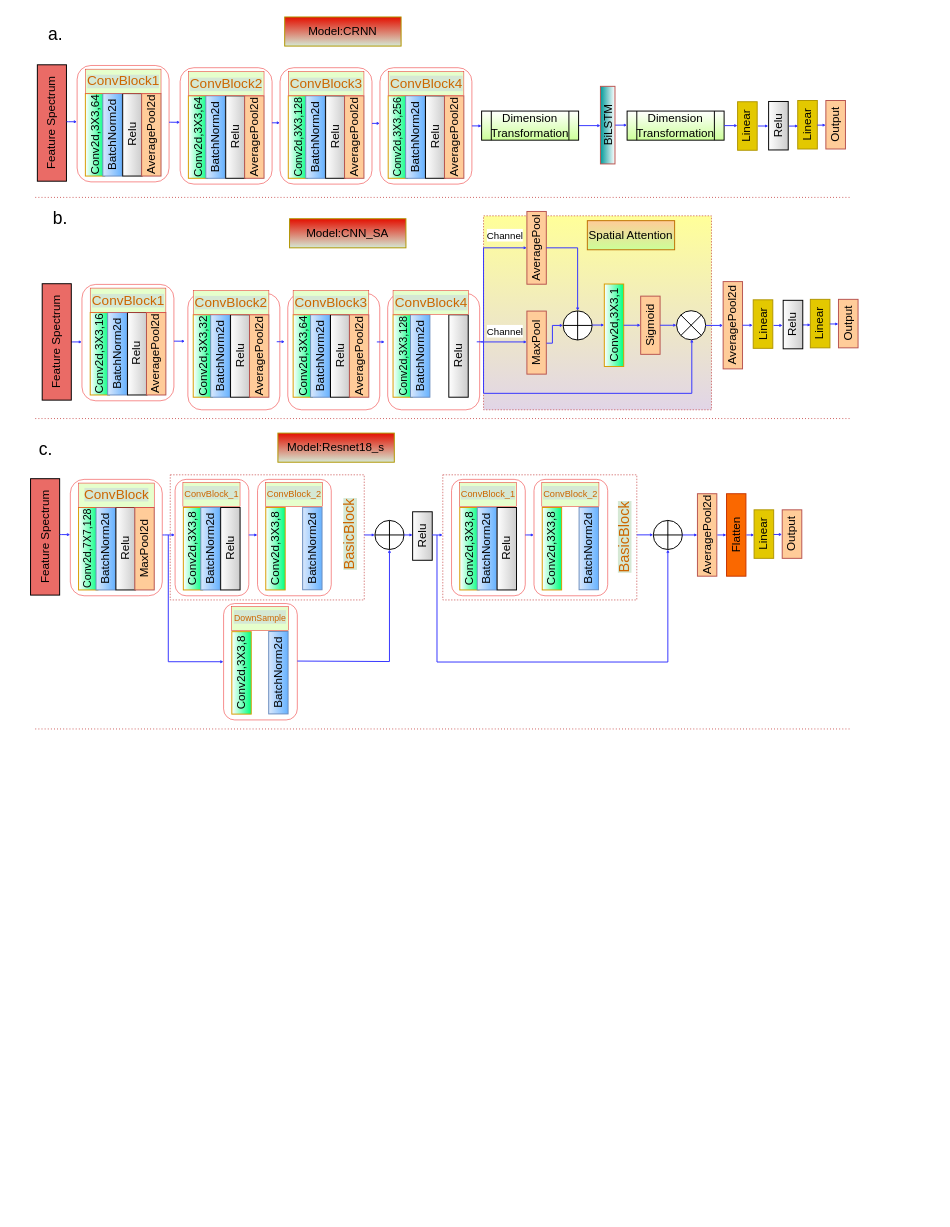
Before: 模型框图.drawio in lhwjsj/Diagram, a draw.io diagram. Source tidied: cells renumbered, new cells numbered last; positions are measured from the earlier drawing's top-left corner, leaving out a move shared by most shapes. Both pictures are drawn from the tidied source at 97%, with x=0, y=0 at pixel (-14, 16).
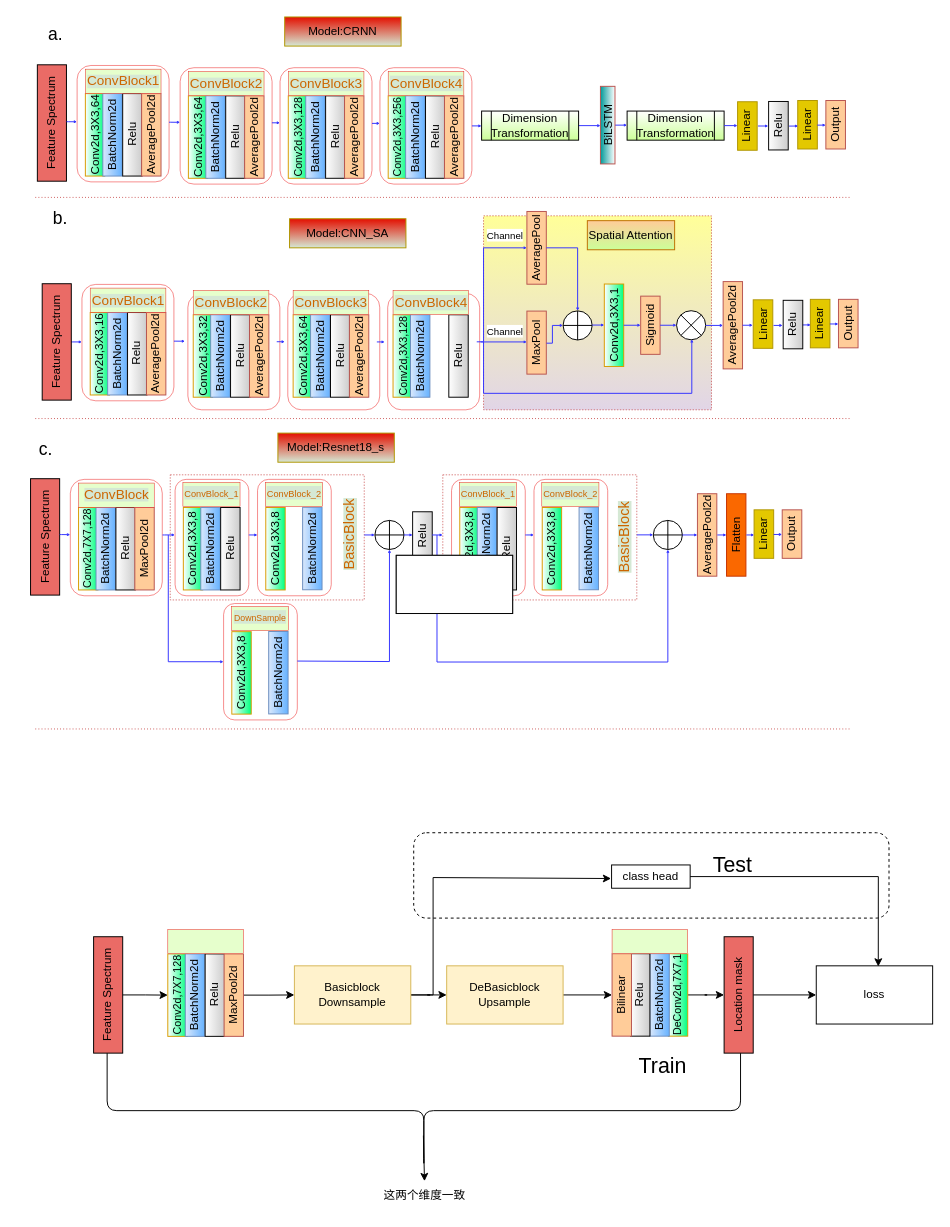
After the change.

Commit message:
更新模型框图.drawio

The edit, as a diff of the source:
```diff
@@
+    <mxCell id="187" style="rounded=1;whiteSpace=wrap;html=1;dashed=1;" parent="1" vertex="1">
+      <mxGeometry x="440" y="841" width="490" height="88" as="geometry" />
+    </mxCell>
@@
+    <mxCell id="188" value="&lt;font style=&quot;font-size: 11px;&quot;&gt;Conv2d,7X7,128&lt;/font&gt;" style="rounded=0;whiteSpace=wrap;html=1;fillColor=default;strokeColor=#d79b00;gradientColor=#00FF80;rotation=-90;" parent="1" vertex="1">
+      <mxGeometry x="154" y="998.4" width="85" height="20" as="geometry" />
+    </mxCell>
+    <mxCell id="189" value="BatchNorm2d" style="rounded=0;whiteSpace=wrap;html=1;fillColor=#dae8fc;strokeColor=#6c8ebf;gradientColor=#66B2FF;rotation=-90;" parent="1" vertex="1">
+      <mxGeometry x="172" y="998.4" width="85" height="20" as="geometry" />
+    </mxCell>
+    <mxCell id="190" value="Relu" style="rounded=0;whiteSpace=wrap;html=1;gradientColor=#CCCCCC;rotation=-90;" parent="1" vertex="1">
+      <mxGeometry x="192.5" y="998.4" width="85" height="20" as="geometry" />
+    </mxCell>
+    <mxCell id="191" style="edgeStyle=orthogonalEdgeStyle;rounded=0;jettySize=auto;html=1;entryX=0;entryY=0.5;entryDx=0;entryDy=0;" parent="1" edge="1" source="192" target="199">
+      <mxGeometry relative="1" as="geometry" />
+    </mxCell>
+    <mxCell id="192" value="MaxPool2d" style="rounded=0;whiteSpace=wrap;html=1;fillColor=#FFCC99;strokeColor=#b85450;rotation=-90;" parent="1" vertex="1">
+      <mxGeometry x="212" y="998.4" width="85" height="20" as="geometry" />
+    </mxCell>
+    <mxCell id="193" style="rounded=0;whiteSpace=wrap;html=1;fillColor=#E6FFCC;strokeColor=#eb1e1e;strokeWidth=0.5;rotation=-90;" parent="1" vertex="1">
+      <mxGeometry x="213" y="914.2" width="25" height="78" as="geometry" />
+    </mxCell>
+    <mxCell id="194" value="Feature Spectrum" style="rounded=0;whiteSpace=wrap;html=1;fillColor=#EA6B66;rotation=-90;" parent="1" vertex="1">
+      <mxGeometry x="65" y="993.2" width="120" height="30" as="geometry" />
+    </mxCell>
+    <mxCell id="195" style="rounded=0;whiteSpace=wrap;html=1;" parent="1" vertex="1">
+      <mxGeometry x="422" y="555" width="120" height="60" as="geometry" />
+    </mxCell>
+    <mxCell id="196" style="rounded=0;whiteSpace=wrap;html=1;" parent="1" vertex="1">
+      <mxGeometry x="422" y="555" width="120" height="60" as="geometry" />
+    </mxCell>
+    <mxCell id="197" style="edgeStyle=orthogonalEdgeStyle;rounded=0;jettySize=auto;html=1;entryX=0;entryY=0.5;entryDx=0;entryDy=0;" parent="1" edge="1" source="199" target="201">
+      <mxGeometry relative="1" as="geometry" />
+    </mxCell>
+    <mxCell id="198" style="edgeStyle=orthogonalEdgeStyle;rounded=0;jettySize=auto;html=1;entryX=0.5;entryY=0;entryDx=0;entryDy=0;" parent="1" edge="1" source="199">
+      <mxGeometry relative="1" as="geometry">
+        <mxPoint x="643.5" y="888.2" as="targetPoint" />
+        <Array as="points">
+          <mxPoint x="460" y="1008.2" />
+          <mxPoint x="460" y="887.2" />
+        </Array>
+      </mxGeometry>
+    </mxCell>
+    <mxCell id="199" value="Basicblock&lt;div&gt;Downsample&lt;/div&gt;" style="rounded=0;whiteSpace=wrap;html=1;fillColor=#fff2cc;strokeColor=#d6b656;" parent="1" vertex="1">
+      <mxGeometry x="317" y="978.2" width="120" height="60" as="geometry" />
+    </mxCell>
+    <mxCell id="200" style="edgeStyle=orthogonalEdgeStyle;rounded=0;jettySize=auto;html=1;entryX=0.5;entryY=0;entryDx=0;entryDy=0;" parent="1" edge="1" source="201" target="206">
+      <mxGeometry relative="1" as="geometry" />
+    </mxCell>
+    <mxCell id="201" value="DeBasicblock&lt;div&gt;Upsample&lt;/div&gt;" style="rounded=0;whiteSpace=wrap;html=1;fillColor=#fff2cc;strokeColor=#d6b656;" parent="1" vertex="1">
+      <mxGeometry x="474" y="978.2" width="120" height="60" as="geometry" />
+    </mxCell>
+    <mxCell id="202" style="edgeStyle=orthogonalEdgeStyle;rounded=0;jettySize=auto;html=1;" parent="1" edge="1" source="203" target="211">
+      <mxGeometry relative="1" as="geometry" />
+    </mxCell>
+    <mxCell id="203" value="&lt;font style=&quot;font-size: 11px;&quot;&gt;DeConv2d,7X7,1&lt;/font&gt;" style="rounded=0;whiteSpace=wrap;html=1;fillColor=default;strokeColor=#d79b00;gradientColor=#00FF80;rotation=-90;" parent="1" vertex="1">
+      <mxGeometry x="670" y="998.2" width="85" height="20" as="geometry" />
+    </mxCell>
+    <mxCell id="204" value="BatchNorm2d" style="rounded=0;whiteSpace=wrap;html=1;fillColor=#dae8fc;strokeColor=#6c8ebf;gradientColor=#66B2FF;rotation=-90;" parent="1" vertex="1">
+      <mxGeometry x="651" y="998.2" width="85" height="20" as="geometry" />
+    </mxCell>
+    <mxCell id="205" value="Relu" style="rounded=0;whiteSpace=wrap;html=1;gradientColor=#CCCCCC;rotation=-90;" parent="1" vertex="1">
+      <mxGeometry x="631" y="998.2" width="85" height="20" as="geometry" />
+    </mxCell>
+    <mxCell id="206" value="Bilinear" style="rounded=0;whiteSpace=wrap;html=1;fillColor=#FFCC99;strokeColor=#b85450;rotation=-90;" parent="1" vertex="1">
+      <mxGeometry x="612" y="998.2" width="85" height="20" as="geometry" />
+    </mxCell>
+    <mxCell id="207" style="rounded=0;whiteSpace=wrap;html=1;fillColor=#E6FFCC;strokeColor=#eb1e1e;strokeWidth=0.5;rotation=-90;" parent="1" vertex="1">
+      <mxGeometry x="671" y="914.2" width="25" height="78" as="geometry" />
+    </mxCell>
+    <mxCell id="208" style="edgeStyle=orthogonalEdgeStyle;rounded=0;jettySize=auto;html=1;entryX=0.5;entryY=0;entryDx=0;entryDy=0;" parent="1" edge="1" source="194" target="188">
+      <mxGeometry relative="1" as="geometry" />
+    </mxCell>
+    <mxCell id="209" value="class head" style="rounded=0;whiteSpace=wrap;html=1;" parent="1" vertex="1">
+      <mxGeometry x="644" y="874.2" width="81" height="24" as="geometry" />
+    </mxCell>
+    <mxCell id="210" style="edgeStyle=orthogonalEdgeStyle;rounded=0;jettySize=auto;html=1;" parent="1" edge="1" source="211" target="212">
+      <mxGeometry relative="1" as="geometry" />
+    </mxCell>
+    <mxCell id="211" value="Location mask" style="rounded=0;whiteSpace=wrap;html=1;fillColor=#EA6B66;rotation=-90;" parent="1" vertex="1">
+      <mxGeometry x="715" y="993.2" width="120" height="30" as="geometry" />
+    </mxCell>
+    <mxCell id="212" value="loss" style="rounded=0;whiteSpace=wrap;html=1;" parent="1" vertex="1">
+      <mxGeometry x="855" y="978.2" width="120" height="60" as="geometry" />
+    </mxCell>
+    <mxCell id="213" style="edgeStyle=orthogonalEdgeStyle;rounded=0;jettySize=auto;html=1;entryX=0.533;entryY=0.012;entryDx=0;entryDy=0;entryPerimeter=0;" parent="1" edge="1" source="209" target="212">
+      <mxGeometry relative="1" as="geometry" />
+    </mxCell>
+    <mxCell id="214" value="&lt;font style=&quot;font-size: 22px;&quot;&gt;Train&lt;/font&gt;" style="text;html=1;align=center;verticalAlign=middle;whiteSpace=wrap;rounded=0;" parent="1" vertex="1">
+      <mxGeometry x="667" y="1067.2" width="60" height="30" as="geometry" />
+    </mxCell>
+    <mxCell id="215" value="&lt;font style=&quot;font-size: 22px;&quot;&gt;Test&lt;/font&gt;" style="text;html=1;align=center;verticalAlign=middle;whiteSpace=wrap;rounded=0;" parent="1" vertex="1">
+      <mxGeometry x="739" y="860.2" width="60" height="30" as="geometry" />
+    </mxCell>
+    <mxCell id="216" style="shape=curlyBracket;whiteSpace=wrap;html=1;rounded=1;labelPosition=left;verticalLabelPosition=middle;align=right;verticalAlign=middle;rotation=-90;" parent="1" vertex="1">
+      <mxGeometry x="391.2" y="801" width="118.5" height="653" as="geometry" />
+    </mxCell>
+    <mxCell id="217" style="endArrow=classic;html=1;rounded=0;" parent="1" edge="1" target="218">
+      <mxGeometry relative="1" as="geometry">
+        <mxPoint x="450" y="1153.2" as="sourcePoint" />
+      </mxGeometry>
+    </mxCell>
+    <mxCell id="218" value="这两个维度一致" style="text;html=1;align=center;verticalAlign=middle;whiteSpace=wrap;rounded=0;" parent="1" vertex="1">
+      <mxGeometry x="397" y="1200.2" width="109" height="30" as="geometry" />
+    </mxCell>
```
